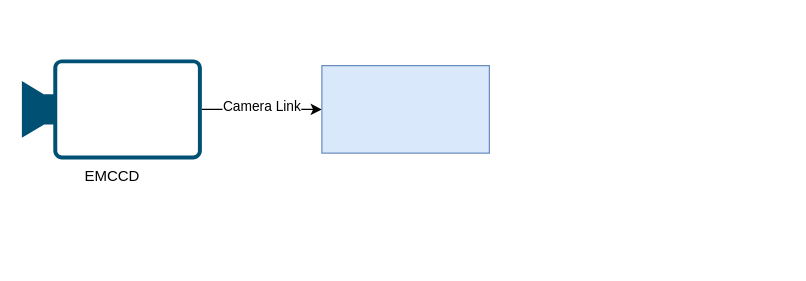
This is diagram/Untitled Diagram.drawio from Winston2337/drawIO, a draw.io file, before an edit. Source tidied: cells renumbered, new cells numbered last; positions are measured from the earlier drawing's top-left corner, leaving out a move shared by most shapes. Both pictures are drawn from the tidied source at 125%, with x=0, y=0 at pixel (21, 59).
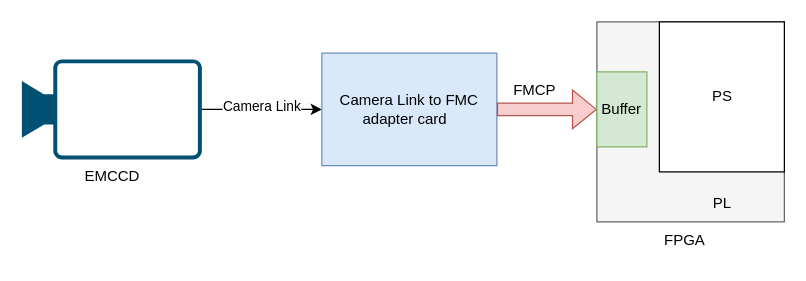
The same page after the edit.

The edit, as a diff of the source:
```diff
@@
 <mxGraphModel>
   <root>
     <mxCell id="0" />
     <mxCell id="1" parent="0" />
-    <mxCell id="2" style="edgeStyle=orthogonalEdgeStyle;rounded=0;jettySize=auto;html=1;" parent="1" edge="1" source="4" target="5">
+    <mxCell id="2" style="edgeStyle=orthogonalEdgeStyle;rounded=0;jettySize=auto;html=1;entryX=0;entryY=0.5;entryDx=0;entryDy=0;" parent="1" edge="1" source="4" target="7">
       <mxGeometry relative="1" as="geometry" />
     </mxCell>
     <mxCell id="3" value="Camera Link" style="edgeLabel;html=1;align=center;verticalAlign=middle;" parent="2" vertex="1">
       <mxGeometry x="-0.02" y="3" relative="1" as="geometry" />
     </mxCell>
     <mxCell id="4" value="EMCCD" style="points=[[0,0.5,0],[0.19,0.02,0],[0.59,0,0],[0.985,0.02,0],[1,0.5,0],[0.985,0.98,0],[0.59,1,0],[0.19,0.98,0]];verticalLabelPosition=bottom;sketch=0;html=1;verticalAlign=top;align=center;shape=mxgraph.cisco19.camera;fillColor=#005073;strokeColor=none;" parent="1" vertex="1">
       <mxGeometry width="144" height="80" as="geometry" />
     </mxCell>
-    <mxCell id="5" style="whiteSpace=wrap;html=1;verticalAlign=top;fillColor=#dae8fc;strokeColor=#6c8ebf;sketch=0;" parent="1" vertex="1">
-      <mxGeometry x="240" y="5" width="134" height="70" as="geometry" />
-    </mxCell>
+    <mxCell id="6" value="FMCP" style="text;html=1;align=center;verticalAlign=middle;strokeColor=none;fillColor=none;" parent="1" vertex="1">
+      <mxGeometry x="380" y="10" width="60" height="30" as="geometry" />
+    </mxCell>
+    <mxCell id="7" value="Camera Link to FMC adapter card&amp;nbsp;&amp;nbsp;" style="rounded=0;whiteSpace=wrap;html=1;fillColor=#dae8fc;strokeColor=#6c8ebf;" parent="1" vertex="1">
+      <mxGeometry x="240" y="-5" width="140" height="90" as="geometry" />
+    </mxCell>
+    <mxCell id="8" style="shape=flexArrow;endArrow=classic;html=1;rounded=0;fillColor=#f8cecc;strokeColor=#b85450;" parent="1" edge="1">
+      <mxGeometry relative="1" as="geometry">
+        <mxPoint x="380" y="40" as="sourcePoint" />
+        <mxPoint x="460" y="40" as="targetPoint" />
+      </mxGeometry>
+    </mxCell>
+    <mxCell id="9" style="group;" parent="1" vertex="1">
+      <mxGeometry x="460" y="-30" width="150" height="190" as="geometry" />
+    </mxCell>
+    <mxCell id="10" style="group;" parent="9" vertex="1">
+      <mxGeometry width="150" height="190" as="geometry" />
+    </mxCell>
+    <mxCell id="11" style="rounded=0;whiteSpace=wrap;html=1;fillColor=#f5f5f5;fontColor=#333333;strokeColor=#666666;" parent="10" vertex="1">
+      <mxGeometry width="150" height="160" as="geometry" />
+    </mxCell>
+    <mxCell id="12" style="rounded=0;whiteSpace=wrap;html=1;" parent="10" vertex="1">
+      <mxGeometry x="50" width="100" height="120" as="geometry" />
+    </mxCell>
+    <mxCell id="13" value="Buffer" style="rounded=0;whiteSpace=wrap;html=1;fillColor=#d5e8d4;strokeColor=#82b366;" parent="10" vertex="1">
+      <mxGeometry y="40" width="40" height="60" as="geometry" />
+    </mxCell>
+    <mxCell id="14" value="PS" style="text;html=1;align=center;verticalAlign=middle;strokeColor=none;fillColor=none;" parent="10" vertex="1">
+      <mxGeometry x="80" y="45" width="40" height="30" as="geometry" />
+    </mxCell>
+    <mxCell id="15" value="PL" style="text;html=1;align=center;verticalAlign=middle;strokeColor=none;fillColor=none;" parent="10" vertex="1">
+      <mxGeometry x="80" y="130" width="40" height="30" as="geometry" />
+    </mxCell>
+    <mxCell id="16" value="FPGA" style="text;html=1;align=center;verticalAlign=middle;strokeColor=none;fillColor=none;" parent="10" vertex="1">
+      <mxGeometry x="40" y="160" width="60" height="30" as="geometry" />
+    </mxCell>
   </root>
 </mxGraphModel>
```
